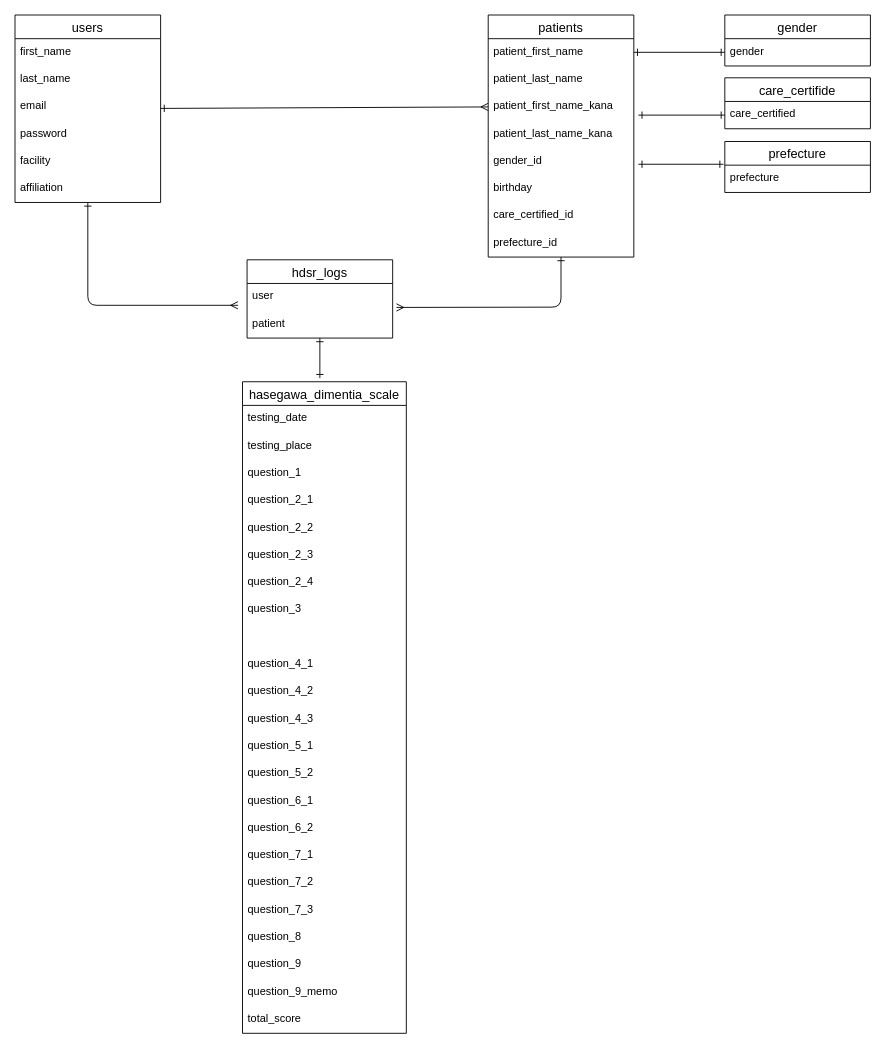
This is ER_life_function_app.dio from YukihitoTomojiri/life_function_app, a draw.io file, before an edit. Source tidied: cells renumbered, new cells numbered last; positions are measured from the earlier drawing's top-left corner, leaving out a move shared by most shapes. Both pictures are drawn from the tidied source at 91%, with x=0, y=0 at pixel (15, 15).
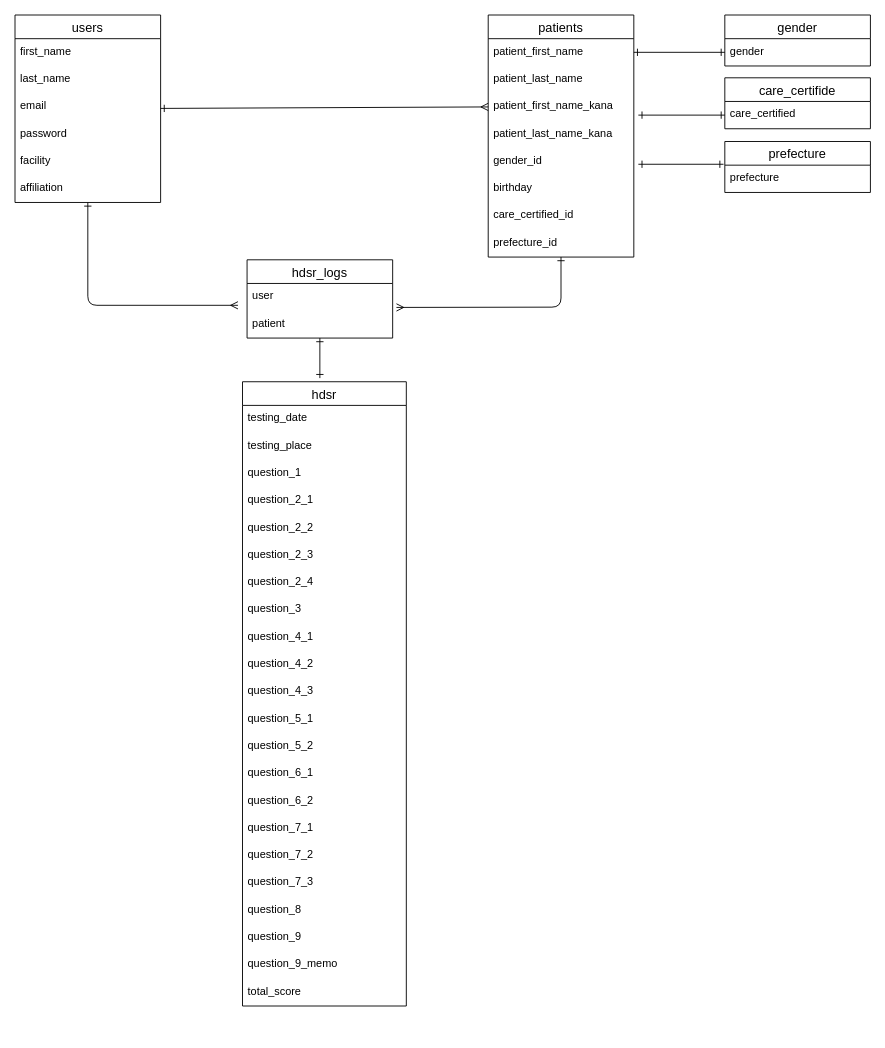
Above is the later version.

Change to the diagram source:
```diff
@@
-    <mxCell id="21" value="hasegawa_dimentia_scale" style="swimlane;fontStyle=0;horizontal=1;startSize=26;align=center;fontSize=14;" parent="1" vertex="1">
-      <mxGeometry x="250" y="403" width="180" height="716" as="geometry" />
+    <mxCell id="21" value="hdsr" style="swimlane;fontStyle=0;horizontal=1;startSize=26;align=center;fontSize=14;" parent="1" vertex="1">
+      <mxGeometry x="250" y="403" width="180" height="686" as="geometry" />
     </mxCell>
@@
-    <mxCell id="30" style="text;strokeColor=none;fillColor=none;spacingLeft=4;spacingRight=4;overflow=hidden;fontSize=12;" parent="21" vertex="1">
-      <mxGeometry y="266" width="180" height="30" as="geometry" />
-    </mxCell>
     <mxCell id="31" value="question_4_1" style="text;strokeColor=none;fillColor=none;spacingLeft=4;spacingRight=4;overflow=hidden;fontSize=12;" parent="21" vertex="1">
-      <mxGeometry y="296" width="180" height="30" as="geometry" />
+      <mxGeometry y="266" width="180" height="30" as="geometry" />
     </mxCell>
     <mxCell id="32" value="question_4_2" style="text;strokeColor=none;fillColor=none;spacingLeft=4;spacingRight=4;overflow=hidden;fontSize=12;" parent="21" vertex="1">
-      <mxGeometry y="326" width="180" height="30" as="geometry" />
+      <mxGeometry y="296" width="180" height="30" as="geometry" />
     </mxCell>
     <mxCell id="33" value="question_4_3" style="text;strokeColor=none;fillColor=none;spacingLeft=4;spacingRight=4;overflow=hidden;fontSize=12;" parent="21" vertex="1">
-      <mxGeometry y="356" width="180" height="30" as="geometry" />
+      <mxGeometry y="326" width="180" height="30" as="geometry" />
     </mxCell>
     <mxCell id="34" value="question_5_1" style="text;strokeColor=none;fillColor=none;spacingLeft=4;spacingRight=4;overflow=hidden;fontSize=12;" parent="21" vertex="1">
-      <mxGeometry y="386" width="180" height="30" as="geometry" />
+      <mxGeometry y="356" width="180" height="30" as="geometry" />
     </mxCell>
     <mxCell id="35" value="question_5_2" style="text;strokeColor=none;fillColor=none;spacingLeft=4;spacingRight=4;overflow=hidden;fontSize=12;" parent="21" vertex="1">
-      <mxGeometry y="416" width="180" height="30" as="geometry" />
+      <mxGeometry y="386" width="180" height="30" as="geometry" />
     </mxCell>
     <mxCell id="36" value="question_6_1" style="text;strokeColor=none;fillColor=none;spacingLeft=4;spacingRight=4;overflow=hidden;fontSize=12;" parent="21" vertex="1">
-      <mxGeometry y="446" width="180" height="30" as="geometry" />
+      <mxGeometry y="416" width="180" height="30" as="geometry" />
     </mxCell>
     <mxCell id="37" value="question_6_2" style="text;strokeColor=none;fillColor=none;spacingLeft=4;spacingRight=4;overflow=hidden;fontSize=12;" parent="21" vertex="1">
-      <mxGeometry y="476" width="180" height="30" as="geometry" />
+      <mxGeometry y="446" width="180" height="30" as="geometry" />
     </mxCell>
     <mxCell id="38" value="question_7_1" style="text;strokeColor=none;fillColor=none;spacingLeft=4;spacingRight=4;overflow=hidden;fontSize=12;" parent="21" vertex="1">
-      <mxGeometry y="506" width="180" height="30" as="geometry" />
+      <mxGeometry y="476" width="180" height="30" as="geometry" />
     </mxCell>
     <mxCell id="39" value="question_7_2" style="text;strokeColor=none;fillColor=none;spacingLeft=4;spacingRight=4;overflow=hidden;fontSize=12;" parent="21" vertex="1">
-      <mxGeometry y="536" width="180" height="30" as="geometry" />
+      <mxGeometry y="506" width="180" height="30" as="geometry" />
     </mxCell>
     <mxCell id="40" value="question_7_3" style="text;strokeColor=none;fillColor=none;spacingLeft=4;spacingRight=4;overflow=hidden;fontSize=12;" parent="21" vertex="1">
-      <mxGeometry y="566" width="180" height="30" as="geometry" />
+      <mxGeometry y="536" width="180" height="30" as="geometry" />
     </mxCell>
     <mxCell id="41" value="question_8" style="text;strokeColor=none;fillColor=none;spacingLeft=4;spacingRight=4;overflow=hidden;fontSize=12;" parent="21" vertex="1">
-      <mxGeometry y="596" width="180" height="30" as="geometry" />
+      <mxGeometry y="566" width="180" height="30" as="geometry" />
     </mxCell>
     <mxCell id="42" value="question_9" style="text;strokeColor=none;fillColor=none;spacingLeft=4;spacingRight=4;overflow=hidden;fontSize=12;" parent="21" vertex="1">
-      <mxGeometry y="626" width="180" height="30" as="geometry" />
+      <mxGeometry y="596" width="180" height="30" as="geometry" />
     </mxCell>
     <mxCell id="43" value="question_9_memo" style="text;strokeColor=none;fillColor=none;spacingLeft=4;spacingRight=4;overflow=hidden;fontSize=12;" parent="21" vertex="1">
-      <mxGeometry y="656" width="180" height="30" as="geometry" />
+      <mxGeometry y="626" width="180" height="30" as="geometry" />
     </mxCell>
     <mxCell id="44" value="total_score" style="text;strokeColor=none;fillColor=none;spacingLeft=4;spacingRight=4;overflow=hidden;fontSize=12;" parent="21" vertex="1">
-      <mxGeometry y="686" width="180" height="30" as="geometry" />
+      <mxGeometry y="656" width="180" height="30" as="geometry" />
     </mxCell>
```
